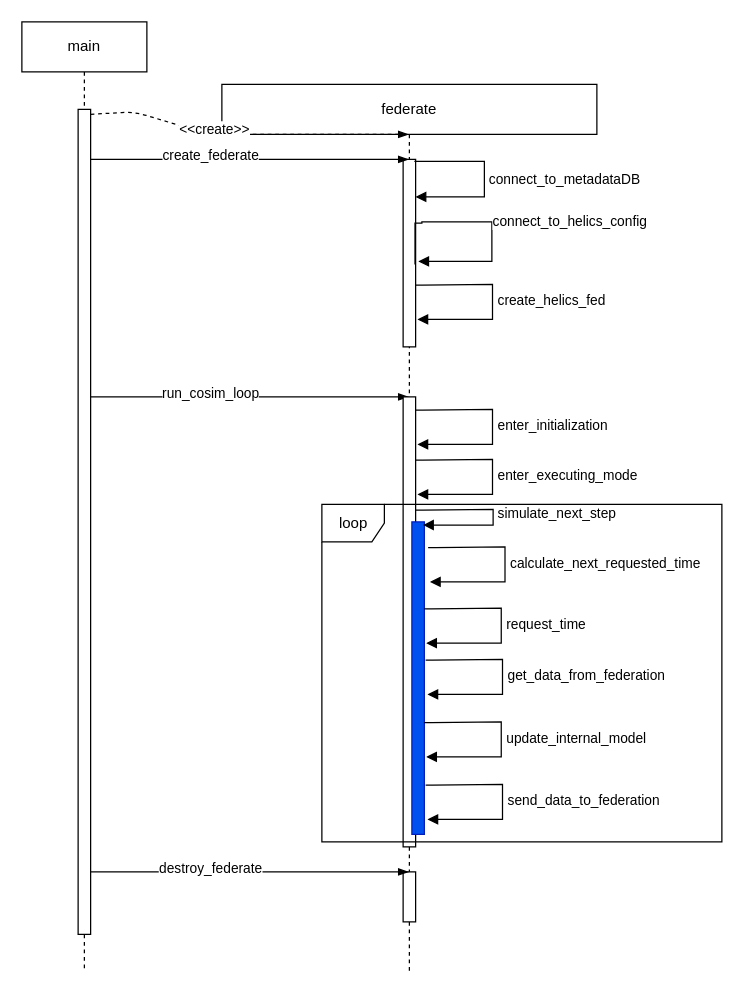
Above: docs/images/federate_sequence_diagram.drawio in pnnl/cst (draw.io), before the change. Source tidied: cells renumbered, new cells numbered last; positions are measured from the earlier drawing's top-left corner, leaving out a move shared by most shapes. Both pictures are drawn from the tidied source at 125%, with x=0, y=0 at pixel (21, 21).
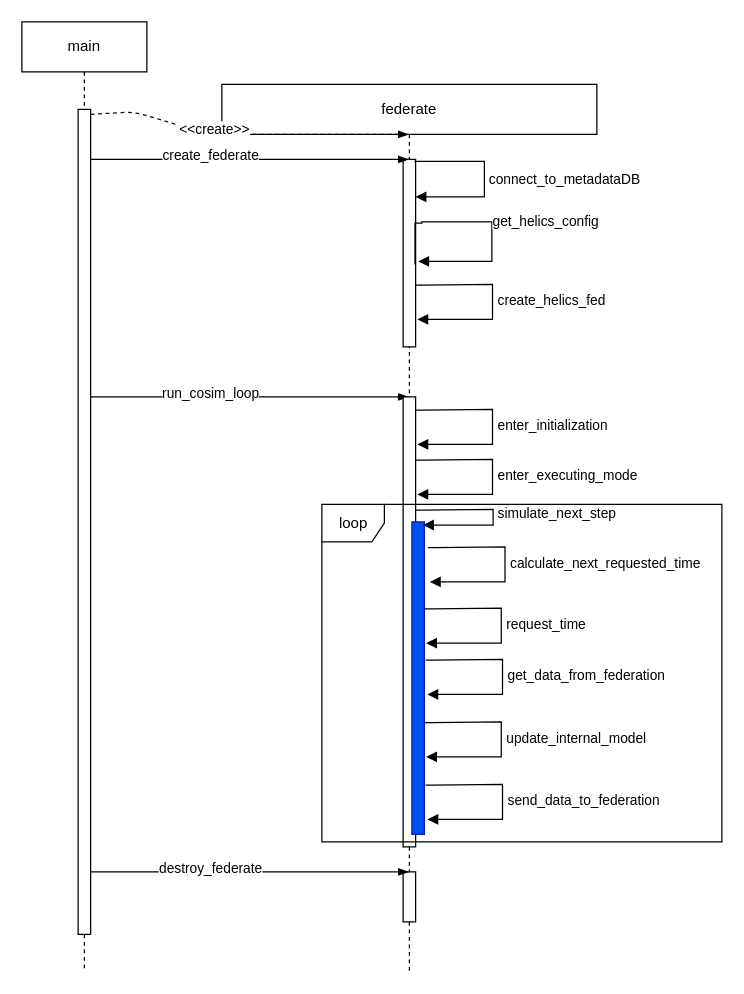
The same page after the edit.

The change refers to these unchanged cells:
```xml
<mxCell id="6" value="federate" style="shape=umlLifeline;perimeter=lifelinePerimeter;whiteSpace=wrap;html=1;outlineConnect=0;size=40;" parent="1" vertex="1">
  <mxGeometry x="160" y="50" width="300" height="710" as="geometry" />
</mxCell>
<mxCell id="7" style="html=1;points=[];perimeter=orthogonalPerimeter;" parent="6" vertex="1">
  <mxGeometry x="145" y="60" width="10" height="150" as="geometry" />
</mxCell>
```

What changed in the source:
```diff
@@
-    <mxCell id="10" value="connect_to_helics_config" style="edgeStyle=orthogonalEdgeStyle;html=1;align=left;spacingLeft=2;endArrow=block;rounded=0;exitX=0.95;exitY=0.561;exitDx=0;exitDy=0;exitPerimeter=0;entryX=1.22;entryY=0.544;entryDx=0;entryDy=0;entryPerimeter=0;" parent="6" edge="1" source="7" target="7">
+    <mxCell id="10" value="get_helics_config" style="edgeStyle=orthogonalEdgeStyle;html=1;align=left;spacingLeft=2;endArrow=block;rounded=0;exitX=0.95;exitY=0.561;exitDx=0;exitDy=0;exitPerimeter=0;entryX=1.22;entryY=0.544;entryDx=0;entryDy=0;entryPerimeter=0;" parent="6" edge="1" source="7" target="7">
       <mxGeometry relative="1" as="geometry">
         <Array as="points">
           <mxPoint x="154" y="111" />
           <mxPoint x="160" y="111" />
           <mxPoint x="160" y="110" />
           <mxPoint x="216" y="110" />
           <mxPoint x="216" y="142" />
         </Array>
       </mxGeometry>
     </mxCell>
```
